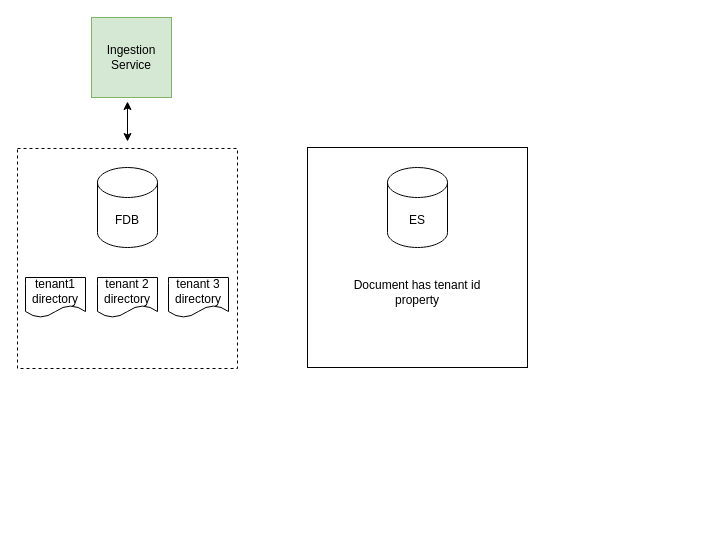
Earlier version of the draw.io diagram assets/multi-tenancy.drawio (ganisback/draw.io). Source tidied: cells renumbered, new cells numbered last; positions are measured from the earlier drawing's top-left corner, leaving out a move shared by most shapes. Both pictures are drawn from the tidied source at 100%, with x=0, y=0 at pixel (17, 17).
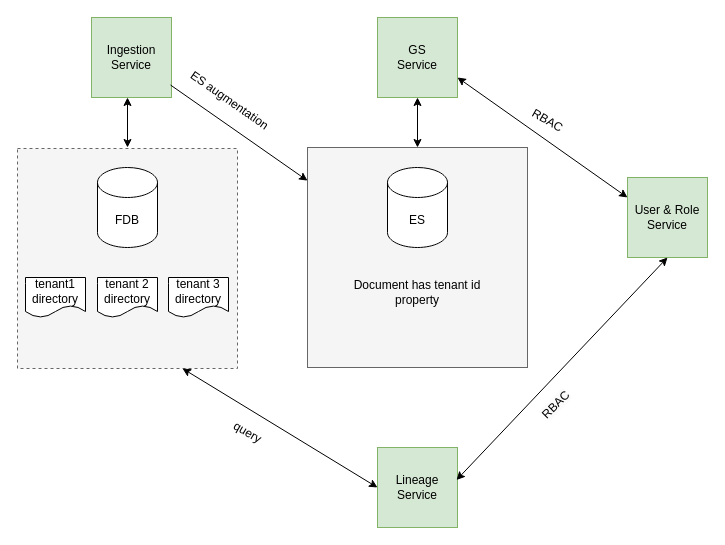
After the change.

Unchanged cells that the change refers to:
```xml
<mxCell id="3" value="Ingestion Service" style="whiteSpace=wrap;html=1;fillColor=#d5e8d4;strokeColor=#82b366;" parent="1" vertex="1">
  <mxGeometry x="74" width="80" height="80" as="geometry" />
</mxCell>
```

Change to the diagram source:
```diff
@@
-    <mxCell id="2" style="whiteSpace=wrap;html=1;dashed=1;" parent="1" vertex="1">
+    <mxCell id="2" style="whiteSpace=wrap;html=1;dashed=1;fillColor=#f5f5f5;fontColor=#333333;strokeColor=#666666;" parent="1" vertex="1">
       <mxGeometry y="131" width="220" height="220" as="geometry" />
     </mxCell>
@@
     <mxCell id="8" style="endArrow=classic;startArrow=classic;html=1;rounded=0;" parent="1" edge="1">
       <mxGeometry relative="1" as="geometry">
-        <mxPoint x="110" y="124" as="sourcePoint" />
-        <mxPoint x="110" y="84" as="targetPoint" />
+        <mxPoint x="110" y="130" as="sourcePoint" />
+        <mxPoint x="110" y="80" as="targetPoint" />
       </mxGeometry>
     </mxCell>
-    <mxCell id="9" style="whiteSpace=wrap;html=1;" parent="1" vertex="1">
+    <mxCell id="9" style="whiteSpace=wrap;html=1;fillColor=#f5f5f5;fontColor=#333333;strokeColor=#666666;" parent="1" vertex="1">
       <mxGeometry x="290" y="130" width="220" height="220" as="geometry" />
     </mxCell>
@@
+    <mxCell id="12" value="GS&lt;br&gt;Service" style="whiteSpace=wrap;html=1;fillColor=#d5e8d4;strokeColor=#82b366;" parent="1" vertex="1">
+      <mxGeometry x="360" width="80" height="80" as="geometry" />
+    </mxCell>
+    <mxCell id="13" style="endArrow=classic;startArrow=classic;html=1;rounded=0;entryX=0.5;entryY=1;entryDx=0;entryDy=0;" parent="1" edge="1" source="9" target="12">
+      <mxGeometry relative="1" as="geometry" />
+    </mxCell>
+    <mxCell id="14" style="endArrow=classic;html=1;rounded=0;exitX=0.988;exitY=0.844;exitDx=0;exitDy=0;exitPerimeter=0;" parent="1" edge="1" source="3" target="9">
+      <mxGeometry relative="1" as="geometry" />
+    </mxCell>
+    <mxCell id="15" value="ES augmentation" style="text;html=1;align=center;verticalAlign=middle;strokeColor=none;fillColor=none;rotation=35;" parent="1" vertex="1">
+      <mxGeometry x="152" y="68" width="120" height="30" as="geometry" />
+    </mxCell>
+    <mxCell id="16" value="User &amp;amp; Role&lt;br&gt;Service" style="whiteSpace=wrap;html=1;fillColor=#d5e8d4;strokeColor=#82b366;" parent="1" vertex="1">
+      <mxGeometry x="610" y="160" width="80" height="80" as="geometry" />
+    </mxCell>
+    <mxCell id="17" style="endArrow=classic;startArrow=classic;html=1;rounded=0;entryX=1;entryY=0.75;entryDx=0;entryDy=0;exitX=0;exitY=0.25;exitDx=0;exitDy=0;" parent="1" edge="1" source="16" target="12">
+      <mxGeometry relative="1" as="geometry" />
+    </mxCell>
+    <mxCell id="18" value="RBAC" style="text;html=1;align=center;verticalAlign=middle;strokeColor=none;fillColor=none;rotation=30;" parent="1" vertex="1">
+      <mxGeometry x="500" y="88" width="60" height="30" as="geometry" />
+    </mxCell>
+    <mxCell id="19" value="Lineage Service" style="whiteSpace=wrap;html=1;fillColor=#d5e8d4;strokeColor=#82b366;" parent="1" vertex="1">
+      <mxGeometry x="360" y="430" width="80" height="80" as="geometry" />
+    </mxCell>
+    <mxCell id="20" style="endArrow=classic;startArrow=classic;html=1;rounded=0;entryX=0.5;entryY=1;entryDx=0;entryDy=0;exitX=0.988;exitY=0.406;exitDx=0;exitDy=0;exitPerimeter=0;" parent="1" edge="1" source="19" target="16">
+      <mxGeometry relative="1" as="geometry" />
+    </mxCell>
+    <mxCell id="21" value="&lt;span style=&quot;color: rgb(0, 0, 0); font-family: Helvetica; font-size: 12px; font-style: normal; font-variant-ligatures: normal; font-variant-caps: normal; font-weight: 400; letter-spacing: normal; orphans: 2; text-align: center; text-indent: 0px; text-transform: none; widows: 2; word-spacing: 0px; -webkit-text-stroke-width: 0px; background-color: rgb(251, 251, 251); text-decoration-thickness: initial; text-decoration-style: initial; text-decoration-color: initial; float: none; display: inline !important;&quot;&gt;RBAC&lt;/span&gt;" style="text;whiteSpace=wrap;html=1;rotation=-45;" parent="1" vertex="1">
+      <mxGeometry x="520" y="360" width="70" height="40" as="geometry" />
+    </mxCell>
+    <mxCell id="22" style="endArrow=classic;startArrow=classic;html=1;rounded=0;exitX=0.75;exitY=1;exitDx=0;exitDy=0;entryX=0;entryY=0.5;entryDx=0;entryDy=0;" parent="1" edge="1" source="2" target="19">
+      <mxGeometry relative="1" as="geometry" />
+    </mxCell>
+    <mxCell id="23" value="query" style="text;html=1;align=center;verticalAlign=middle;strokeColor=none;fillColor=none;rotation=30;" parent="1" vertex="1">
+      <mxGeometry x="205" y="400" width="50" height="30" as="geometry" />
+    </mxCell>
```
